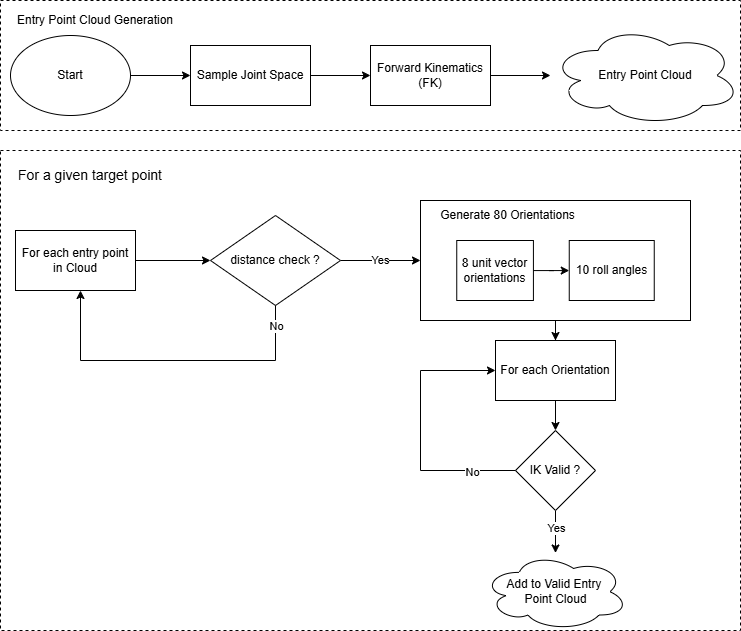
Above: existing entry point planning.png in prabhunithingollapudi007/test-grafiti (draw.io), before the change. Source tidied: cells renumbered, new cells last; positions are measured from the earlier drawing's top-left corner, leaving out a move shared by most shapes.
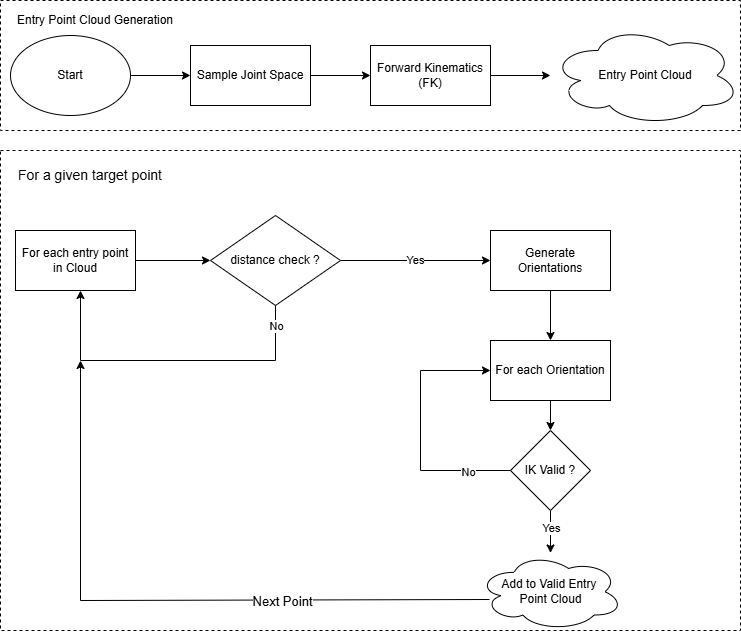
Above is the later version.

Change to the diagram source:
```diff
@@ -14,7 +14,7 @@
     <mxCell id="5" value="For each entry point in Cloud" style="rounded=0;whiteSpace=wrap;html=1;" parent="1" vertex="1">
       <mxGeometry x="15" y="230" width="120" height="60" as="geometry" />
     </mxCell>
-    <mxCell id="6" value="Yes" style="edgeStyle=orthogonalEdgeStyle;rounded=0;jettySize=auto;html=1;" parent="1" edge="1" source="7" target="11">
+    <mxCell id="6" value="Yes" style="edgeStyle=orthogonalEdgeStyle;rounded=0;jettySize=auto;html=1;entryX=0;entryY=0.5;entryDx=0;entryDy=0;" parent="1" edge="1" source="7" target="37">
       <mxGeometry relative="1" as="geometry" />
     </mxCell>
     <mxCell id="7" value="distance check ?" style="rhombus;whiteSpace=wrap;html=1;rounded=0;" parent="1" vertex="1">
@@ -24,32 +24,8 @@
       <mxGeometry relative="1" as="geometry" />
     </mxCell>
     <mxCell id="9" value="For each Orientation" style="rounded=0;whiteSpace=wrap;html=1;" parent="1" vertex="1">
-      <mxGeometry x="495" y="340" width="120" height="60" as="geometry" />
+      <mxGeometry x="490" y="340" width="120" height="60" as="geometry" />
     </mxCell>
-    <mxCell id="10" style="group;" parent="1" vertex="1">
-      <mxGeometry x="420" y="200" width="270" height="120" as="geometry" />
-    </mxCell>
-    <mxCell id="11" style="whiteSpace=wrap;html=1;rounded=0;fillColor=none;" parent="10" vertex="1">
-      <mxGeometry width="270" height="120" as="geometry" />
-    </mxCell>
-    <mxCell id="12" style="group;" parent="11" vertex="1">
-      <mxGeometry x="36.2" y="40" width="197.5" height="90" as="geometry" />
-    </mxCell>
-    <mxCell id="13" value="8 unit vector orientations" style="rounded=0;whiteSpace=wrap;html=1;" parent="12" vertex="1">
-      <mxGeometry width="76.7" height="60" as="geometry" />
-    </mxCell>
-    <mxCell id="14" value="10 roll angles" style="rounded=0;whiteSpace=wrap;html=1;" parent="12" vertex="1">
-      <mxGeometry x="112.5" width="85" height="60" as="geometry" />
-    </mxCell>
-    <mxCell id="15" style="edgeStyle=orthogonalEdgeStyle;rounded=0;jettySize=auto;html=1;" parent="12" edge="1" source="13" target="14">
-      <mxGeometry relative="1" as="geometry" />
-    </mxCell>
-    <mxCell id="16" value="Generate 80 Orientations" style="text;html=1;whiteSpace=wrap;strokeColor=none;fillColor=none;align=center;verticalAlign=middle;rounded=0;" parent="11" vertex="1">
-      <mxGeometry x="10" width="155" height="30" as="geometry" />
-    </mxCell>
-    <mxCell id="17" style="edgeStyle=orthogonalEdgeStyle;rounded=0;jettySize=auto;html=1;" parent="1" edge="1" source="11" target="9">
-      <mxGeometry relative="1" as="geometry" />
-    </mxCell>
     <mxCell id="18" style="edgeStyle=orthogonalEdgeStyle;rounded=0;jettySize=auto;html=1;" parent="1" edge="1" source="20" target="21">
       <mxGeometry relative="1" as="geometry" />
     </mxCell>
@@ -57,10 +33,10 @@
       <mxGeometry x="-0.16" relative="1" as="geometry" />
     </mxCell>
     <mxCell id="20" value="IK Valid ?" style="rhombus;whiteSpace=wrap;html=1;rounded=0;" parent="1" vertex="1">
-      <mxGeometry x="515" y="430" width="80" height="80" as="geometry" />
+      <mxGeometry x="510" y="430" width="80" height="80" as="geometry" />
     </mxCell>
     <mxCell id="21" value="Add to Valid Entry&amp;nbsp;&lt;div&gt;Point Cloud&lt;/div&gt;" style="ellipse;shape=cloud;whiteSpace=wrap;html=1;" parent="1" vertex="1">
-      <mxGeometry x="482.5" y="552.5" width="145" height="77.5" as="geometry" />
+      <mxGeometry x="477.5" y="552.5" width="145" height="77.5" as="geometry" />
     </mxCell>
     <mxCell id="22" style="group;" parent="1" vertex="1">
       <mxGeometry width="740" height="130" as="geometry" />
@@ -120,5 +96,22 @@
     <mxCell id="36" value="No" style="edgeLabel;html=1;align=center;verticalAlign=middle;" parent="35" vertex="1">
       <mxGeometry x="-0.67" y="1" relative="1" as="geometry" />
     </mxCell>
+    <mxCell id="37" value="Generate Orientations" style="rounded=0;whiteSpace=wrap;html=1;" parent="1" vertex="1">
+      <mxGeometry x="490" y="230" width="120" height="60" as="geometry" />
+    </mxCell>
+    <mxCell id="38" style="endArrow=classic;html=1;rounded=0;exitX=0.5;exitY=1;exitDx=0;exitDy=0;entryX=0.5;entryY=0;entryDx=0;entryDy=0;" parent="1" edge="1" source="37" target="9">
+      <mxGeometry relative="1" as="geometry" />
+    </mxCell>
+    <mxCell id="39" style="endArrow=classic;html=1;rounded=0;exitX=0.079;exitY=0.6;exitDx=0;exitDy=0;exitPerimeter=0;" parent="1" edge="1" source="21">
+      <mxGeometry relative="1" as="geometry">
+        <mxPoint x="80" y="360" as="targetPoint" />
+        <Array as="points">
+          <mxPoint x="80" y="600" />
+        </Array>
+      </mxGeometry>
+    </mxCell>
+    <mxCell id="40" value="&lt;font style=&quot;font-size: 13px;&quot;&gt;Next Point&lt;/font&gt;" style="edgeLabel;html=1;align=center;verticalAlign=middle;" parent="39" vertex="1">
+      <mxGeometry x="-0.36" y="1" relative="1" as="geometry" />
+    </mxCell>
   </root>
 </mxGraphModel>
```
